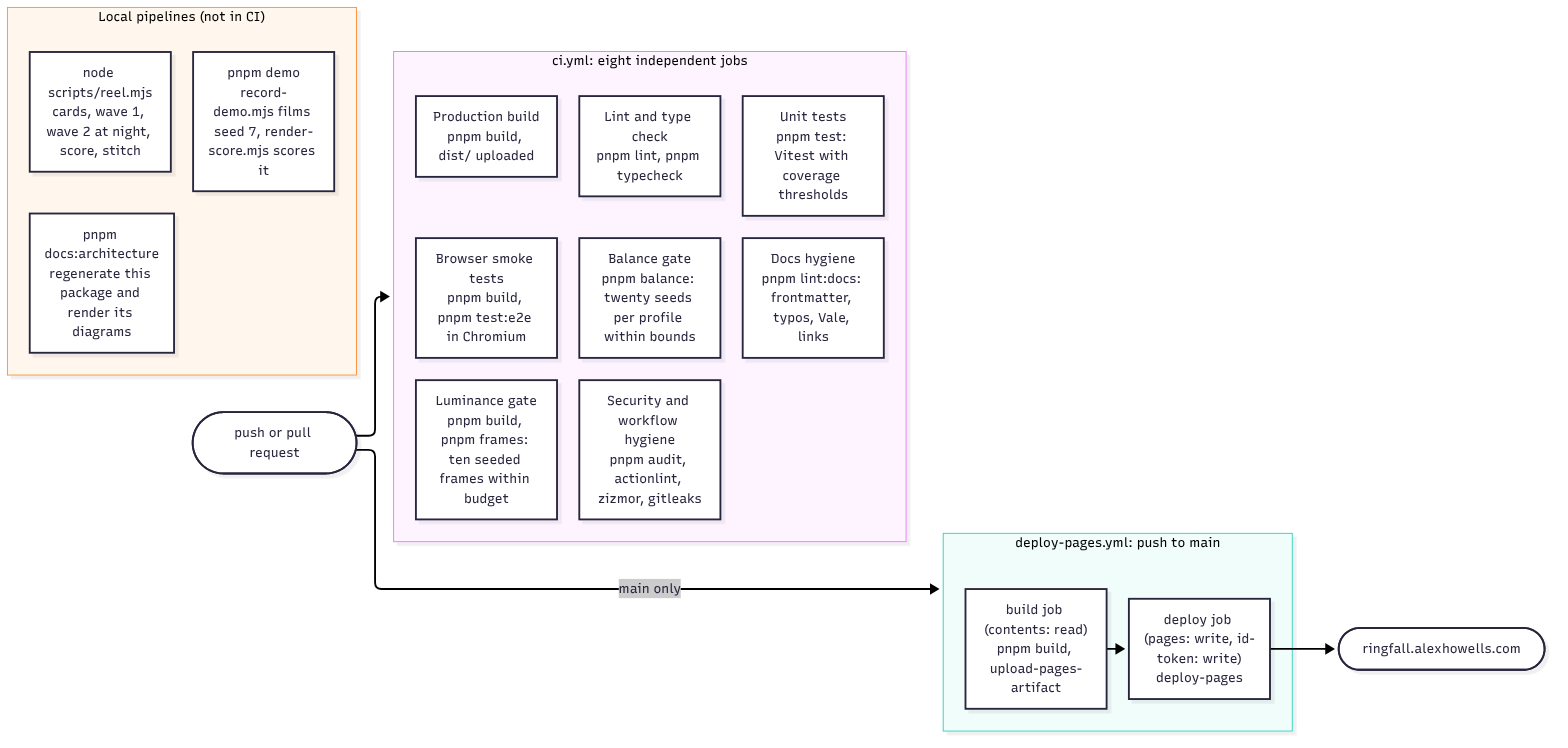
Before: docs/architecture/render/build.png, a diagram exported from Mermaid (agh/ringfall). Its source is kept beside it as docs/architecture/diagrams/build.mmd.
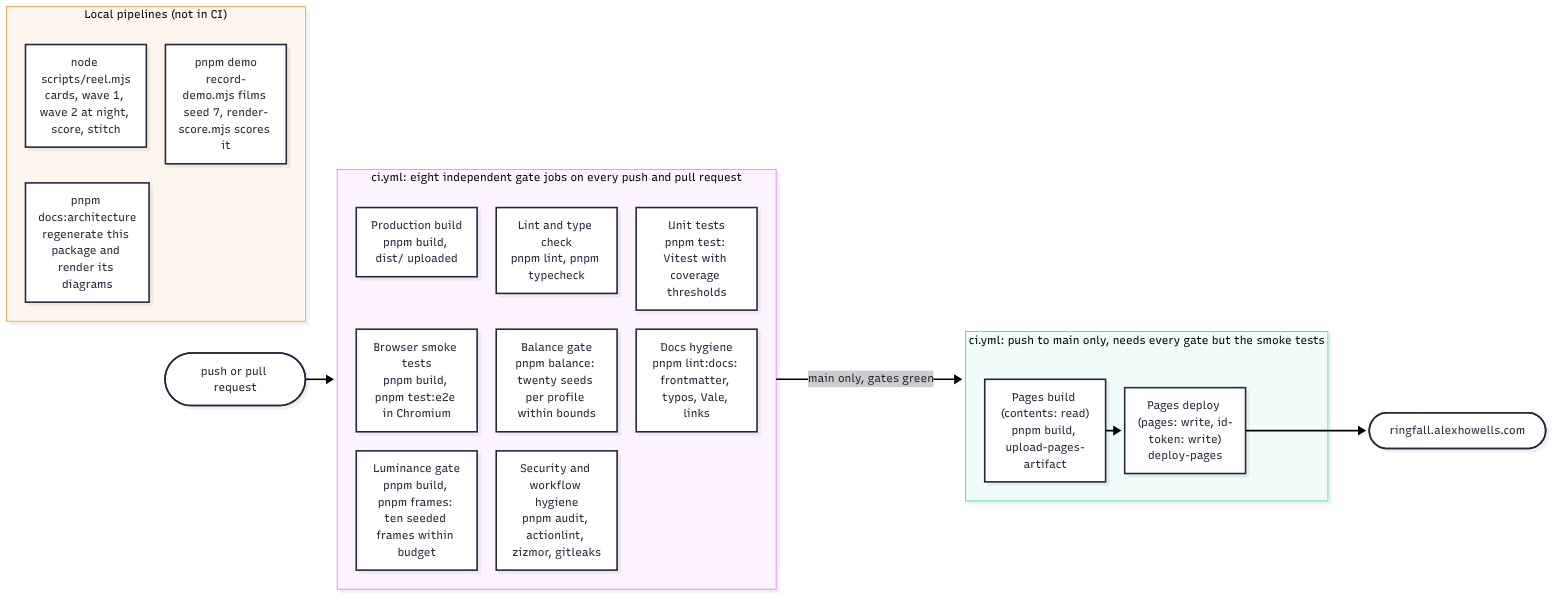
After the change.

Commit message:
docs(architecture): regenerate after the UX review and the Pages jobs moved into ci.yml

Diff of the diagram source:
```diff
@@ -1,7 +1,7 @@
 %%{init: {"flowchart": {"curve": "basis"}} }%%
 flowchart LR
   push(["push or pull request"])
-  subgraph ciwf["ci.yml: eight independent jobs"]
+  subgraph ciwf["ci.yml: eight independent gate jobs on every push and pull request"]
     direction TB
     lint["Lint and type check<br/>pnpm lint, pnpm typecheck"]
     unit["Unit tests<br/>pnpm test: Vitest with coverage thresholds"]
@@ -12,10 +12,10 @@
     docs["Docs hygiene<br/>pnpm lint:docs: frontmatter, typos, Vale, links"]
     security["Security and workflow hygiene<br/>pnpm audit, actionlint, zizmor, gitleaks"]
   end
-  subgraph pagewf["deploy-pages.yml: push to main"]
+  subgraph pagewf["ci.yml: push to main only, needs every gate but the smoke tests"]
     direction TB
-    pbuild["build job (contents: read)<br/>pnpm build, upload-pages-artifact"]
-    pdeploy["deploy job (pages: write, id-token: write)<br/>deploy-pages"]
+    pbuild["Pages build (contents: read)<br/>pnpm build, upload-pages-artifact"]
+    pdeploy["Pages deploy (pages: write, id-token: write)<br/>deploy-pages"]
     pbuild --> pdeploy
   end
   live(["ringfall.alexhowells.com"])
@@ -26,5 +26,5 @@
     arch["pnpm docs:architecture<br/>regenerate this package and render its diagrams"]
   end
   push --> ciwf
-  push -->|"main only"| pagewf
+  ciwf -->|"main only, gates green"| pagewf
   pdeploy --> live
```
